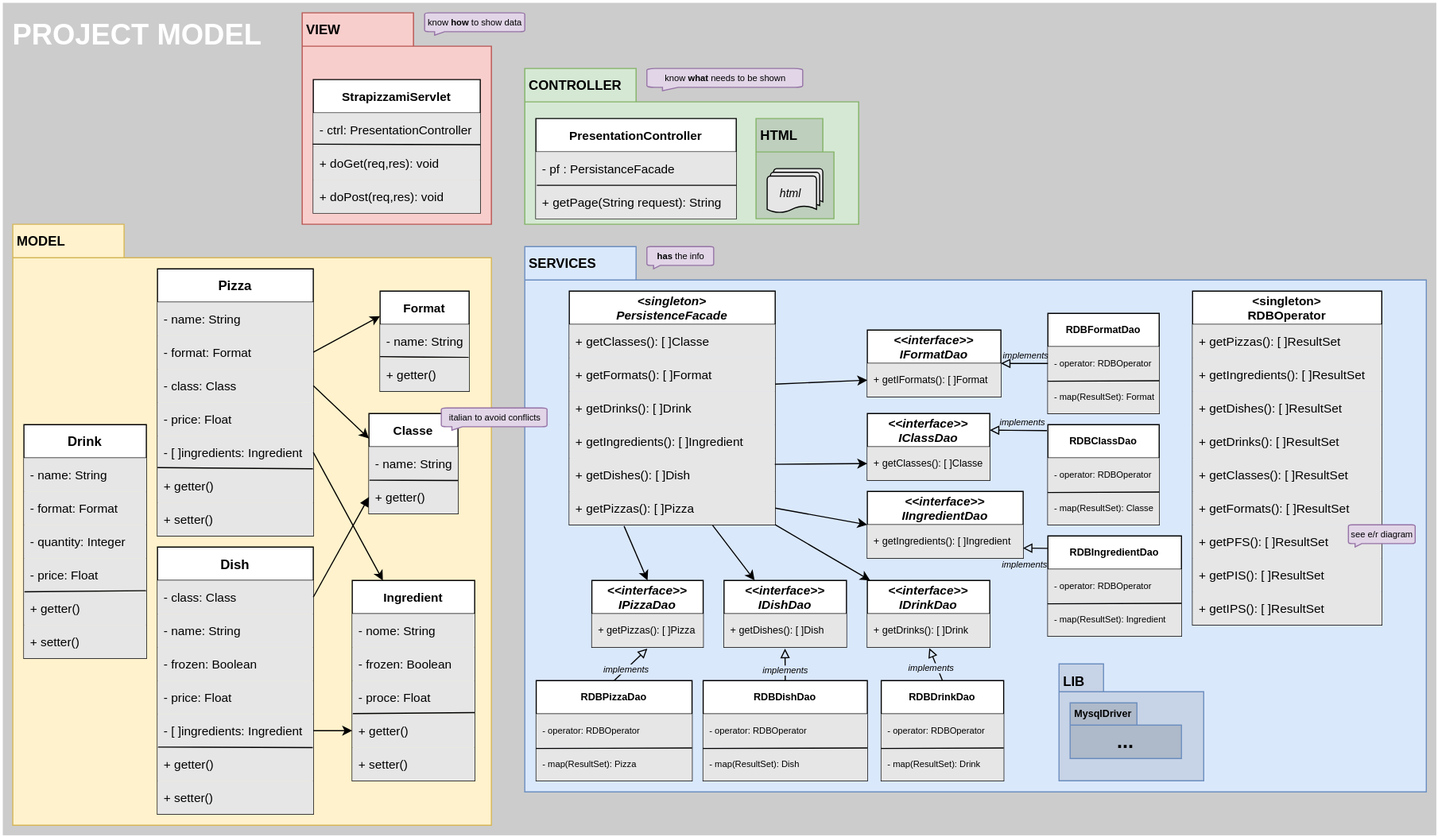
The draw.io diagram doc/assets/projectModelCiclo1.drawio.svg in omismone/strapizzami, before a commit. Source tidied: cells renumbered, new cells last; positions are measured from the earlier drawing's top-left corner, leaving out a move shared by most shapes.
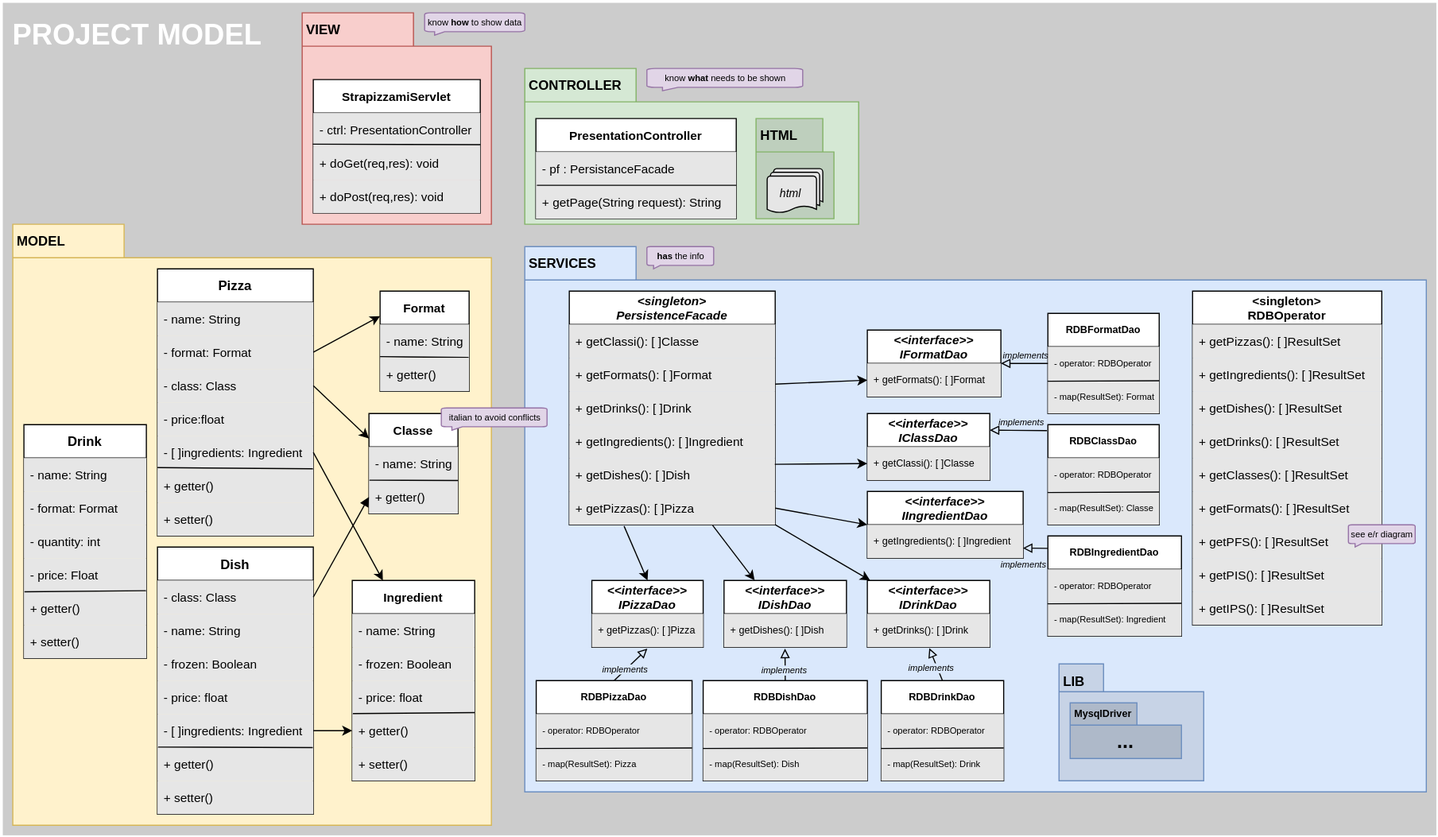
The same diagram one commit later.

Change to the diagram source:
```diff
@@ -20,7 +20,7 @@
     <mxCell id="7" value="- class: Class" style="text;strokeColor=none;fillColor=#E6E6E6;align=left;verticalAlign=middle;spacingLeft=4;spacingRight=4;overflow=hidden;points=[[0,0.5],[1,0.5]];portConstraint=eastwest;fontSize=11;" parent="4" vertex="1">
       <mxGeometry y="90" width="140" height="30" as="geometry" />
     </mxCell>
-    <mxCell id="8" value="- price: Float" style="text;strokeColor=none;fillColor=#E6E6E6;align=left;verticalAlign=middle;spacingLeft=4;spacingRight=4;overflow=hidden;fontSize=11;" parent="4" vertex="1">
+    <mxCell id="8" value="- price:float" style="text;strokeColor=none;fillColor=#E6E6E6;align=left;verticalAlign=middle;spacingLeft=4;spacingRight=4;overflow=hidden;fontSize=11;" parent="4" vertex="1">
       <mxGeometry y="120" width="140" height="30" as="geometry" />
     </mxCell>
     <mxCell id="9" value="- [ ]ingredients: Ingredient" style="text;strokeColor=none;fillColor=#E6E6E6;align=left;verticalAlign=middle;spacingLeft=4;spacingRight=4;overflow=hidden;points=[[0,0.5],[1,0.5]];portConstraint=eastwest;fontSize=11;" parent="4" vertex="1">
@@ -62,13 +62,13 @@
     <mxCell id="21" value="Ingredient" style="swimlane;fontStyle=1;horizontal=1;startSize=30;fontSize=11;" parent="1" vertex="1">
       <mxGeometry x="315" y="520" width="110" height="180" as="geometry" />
     </mxCell>
-    <mxCell id="22" value="- nome: String" style="text;strokeColor=none;fillColor=#E6E6E6;align=left;verticalAlign=middle;spacingLeft=4;spacingRight=4;overflow=hidden;fontSize=11;" parent="21" vertex="1">
+    <mxCell id="22" value="- name: String" style="text;strokeColor=none;fillColor=#E6E6E6;align=left;verticalAlign=middle;spacingLeft=4;spacingRight=4;overflow=hidden;fontSize=11;" parent="21" vertex="1">
       <mxGeometry y="30" width="110" height="30" as="geometry" />
     </mxCell>
     <mxCell id="23" value="- frozen: Boolean" style="text;strokeColor=none;fillColor=#E6E6E6;align=left;verticalAlign=middle;spacingLeft=4;spacingRight=4;overflow=hidden;fontSize=11;" parent="21" vertex="1">
       <mxGeometry y="60" width="110" height="30" as="geometry" />
     </mxCell>
-    <mxCell id="24" value="- proce: Float" style="text;strokeColor=none;fillColor=#E6E6E6;align=left;verticalAlign=middle;spacingLeft=4;spacingRight=4;overflow=hidden;fontSize=11;" parent="21" vertex="1">
+    <mxCell id="24" value="- price: float" style="text;strokeColor=none;fillColor=#E6E6E6;align=left;verticalAlign=middle;spacingLeft=4;spacingRight=4;overflow=hidden;fontSize=11;" parent="21" vertex="1">
       <mxGeometry y="90" width="110" height="30" as="geometry" />
     </mxCell>
     <mxCell id="25" value="+ getter()" style="text;strokeColor=none;fillColor=#E6E6E6;align=left;verticalAlign=middle;spacingLeft=4;spacingRight=4;overflow=hidden;points=[[0,0.5],[1,0.5]];portConstraint=eastwest;fontSize=11;" parent="21" vertex="1">
@@ -89,7 +89,7 @@
     <mxCell id="30" value="- format: Format" style="text;strokeColor=none;fillColor=#E6E6E6;align=left;verticalAlign=middle;spacingLeft=4;spacingRight=4;overflow=hidden;fontSize=11;" parent="28" vertex="1">
       <mxGeometry y="60" width="110" height="30" as="geometry" />
     </mxCell>
-    <mxCell id="31" value="- quantity: Integer" style="text;strokeColor=none;fillColor=#E6E6E6;align=left;verticalAlign=middle;spacingLeft=4;spacingRight=4;overflow=hidden;fontSize=11;" parent="28" vertex="1">
+    <mxCell id="31" value="- quantity: int" style="text;strokeColor=none;fillColor=#E6E6E6;align=left;verticalAlign=middle;spacingLeft=4;spacingRight=4;overflow=hidden;fontSize=11;" parent="28" vertex="1">
       <mxGeometry y="90" width="110" height="30" as="geometry" />
     </mxCell>
     <mxCell id="32" value="- price: Float" style="text;strokeColor=none;fillColor=#E6E6E6;align=left;verticalAlign=middle;spacingLeft=4;spacingRight=4;overflow=hidden;fontSize=11;" parent="28" vertex="1">
@@ -119,7 +119,7 @@
     <mxCell id="40" value="&lt;singleton&gt;&#10;PersistenceFacade" style="swimlane;fontStyle=3;horizontal=1;startSize=30;fontSize=11;" parent="1" vertex="1">
       <mxGeometry x="510" y="260" width="185" height="210" as="geometry" />
     </mxCell>
-    <mxCell id="41" value="+ getClasses(): [ ]Classe" style="text;strokeColor=none;fillColor=#E6E6E6;align=left;verticalAlign=middle;spacingLeft=4;spacingRight=4;overflow=hidden;fontSize=11;" parent="40" vertex="1">
+    <mxCell id="41" value="+ getClassi(): [ ]Classe" style="text;strokeColor=none;fillColor=#E6E6E6;align=left;verticalAlign=middle;spacingLeft=4;spacingRight=4;overflow=hidden;fontSize=11;" parent="40" vertex="1">
       <mxGeometry y="30" width="185" height="30" as="geometry" />
     </mxCell>
     <mxCell id="42" value="+ getFormats(): [ ]Format" style="text;strokeColor=none;fillColor=#E6E6E6;align=left;verticalAlign=middle;spacingLeft=4;spacingRight=4;overflow=hidden;points=[[0,0.5],[1,0.5]];portConstraint=eastwest;fontSize=11;" parent="40" vertex="1">
@@ -197,7 +197,7 @@
     <mxCell id="66" value="- frozen: Boolean" style="text;strokeColor=none;fillColor=#E6E6E6;align=left;verticalAlign=middle;spacingLeft=4;spacingRight=4;overflow=hidden;fontSize=11;" parent="63" vertex="1">
       <mxGeometry y="90" width="140" height="30" as="geometry" />
     </mxCell>
-    <mxCell id="67" value="- price: Float" style="text;strokeColor=none;fillColor=#E6E6E6;align=left;verticalAlign=middle;spacingLeft=4;spacingRight=4;overflow=hidden;fontSize=11;" parent="63" vertex="1">
+    <mxCell id="67" value="- price: float" style="text;strokeColor=none;fillColor=#E6E6E6;align=left;verticalAlign=middle;spacingLeft=4;spacingRight=4;overflow=hidden;fontSize=11;" parent="63" vertex="1">
       <mxGeometry y="120" width="140" height="30" as="geometry" />
     </mxCell>
     <mxCell id="68" value="- [ ]ingredients: Ingredient" style="text;strokeColor=none;fillColor=#E6E6E6;align=left;verticalAlign=middle;spacingLeft=4;spacingRight=4;overflow=hidden;points=[[0,0.5],[1,0.5]];portConstraint=eastwest;fontSize=11;" parent="63" vertex="1">
@@ -306,7 +306,7 @@
     <mxCell id="101" value="&lt;&lt;interface&gt;&gt;&#10;IClassDao" style="swimlane;fontStyle=3;horizontal=1;startSize=30;fontSize=11;" parent="1" vertex="1">
       <mxGeometry x="777.8" y="370" width="110" height="60" as="geometry" />
     </mxCell>
-    <mxCell id="102" value="+ getClasses(): [ ]Classe" style="text;strokeColor=none;fillColor=#E6E6E6;align=left;verticalAlign=middle;spacingLeft=4;spacingRight=4;overflow=hidden;points=[[0,0.5],[1,0.5]];portConstraint=eastwest;fontSize=9;" parent="101" vertex="1">
+    <mxCell id="102" value="+ getClassi(): [ ]Classe" style="text;strokeColor=none;fillColor=#E6E6E6;align=left;verticalAlign=middle;spacingLeft=4;spacingRight=4;overflow=hidden;points=[[0,0.5],[1,0.5]];portConstraint=eastwest;fontSize=9;" parent="101" vertex="1">
       <mxGeometry y="30" width="110" height="30" as="geometry" />
     </mxCell>
     <mxCell id="103" value="RDBClassDao" style="swimlane;fontStyle=1;horizontal=1;startSize=30;fontSize=9;" parent="1" vertex="1">
@@ -332,7 +332,7 @@
     <mxCell id="109" value="&lt;&lt;interface&gt;&gt;&#10;IFormatDao" style="swimlane;fontStyle=3;horizontal=1;startSize=30;fontSize=11;" parent="1" vertex="1">
       <mxGeometry x="777.8" y="295" width="120" height="60" as="geometry" />
     </mxCell>
-    <mxCell id="110" value="+ getIFormats(): [ ]Format" style="text;strokeColor=none;fillColor=#E6E6E6;align=left;verticalAlign=middle;spacingLeft=4;spacingRight=4;overflow=hidden;points=[[0,0.5],[1,0.5]];portConstraint=eastwest;fontSize=9;" parent="109" vertex="1">
+    <mxCell id="110" value="+ getFormats(): [ ]Format" style="text;strokeColor=none;fillColor=#E6E6E6;align=left;verticalAlign=middle;spacingLeft=4;spacingRight=4;overflow=hidden;points=[[0,0.5],[1,0.5]];portConstraint=eastwest;fontSize=9;" parent="109" vertex="1">
       <mxGeometry y="30" width="120" height="30" as="geometry" />
     </mxCell>
     <mxCell id="111" value="RDBFormatDao" style="swimlane;fontStyle=1;horizontal=1;startSize=30;fontSize=9;" parent="1" vertex="1">
```
